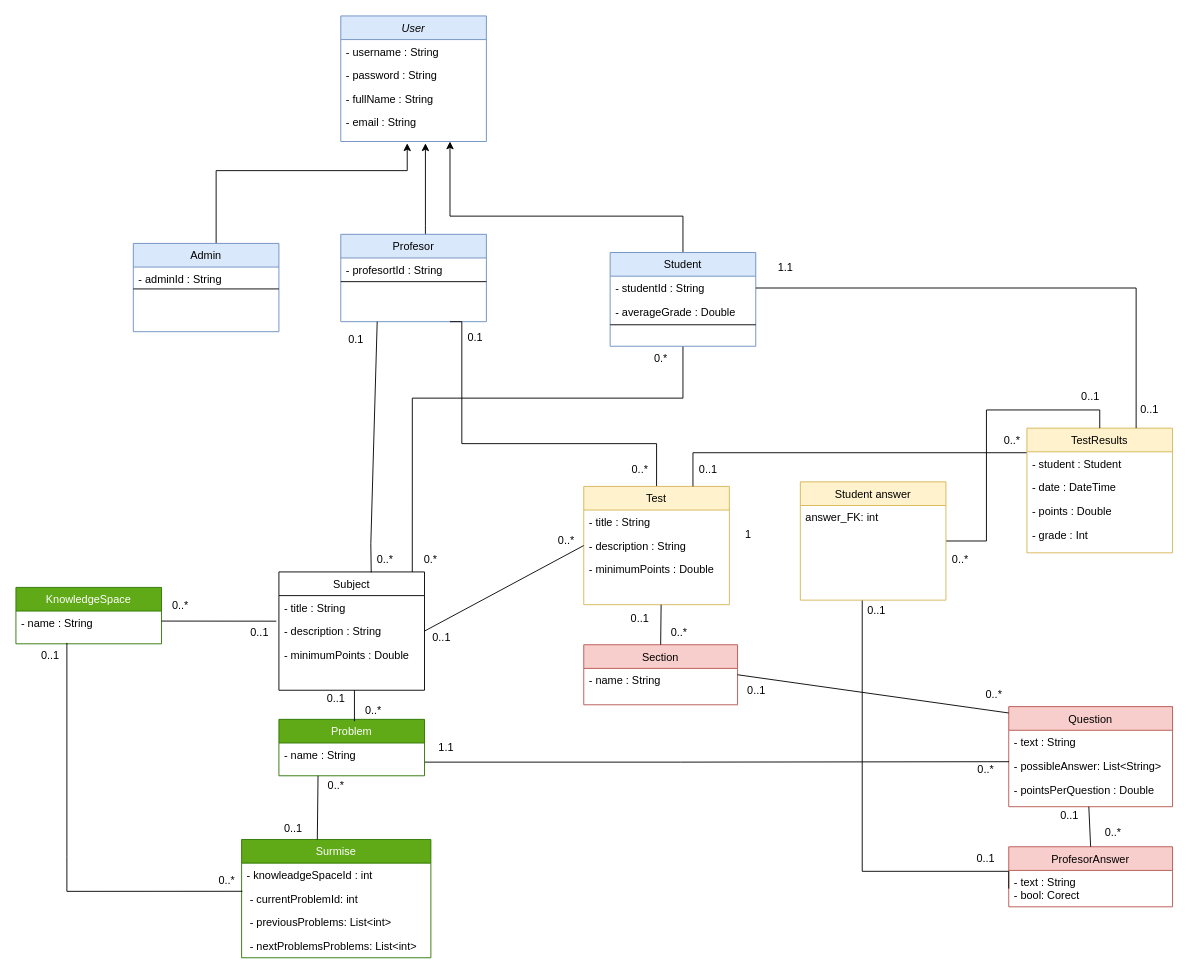
The draw.io diagram documentation/KST2022.drawio in Mladjenovic/SOTIS, before the edit. Source tidied: cells renumbered, new cells numbered last; positions are measured from the earlier drawing's top-left corner, leaving out a move shared by most shapes. Both pictures are drawn from the tidied source at 91%, with x=0, y=0 at pixel (15, 15).
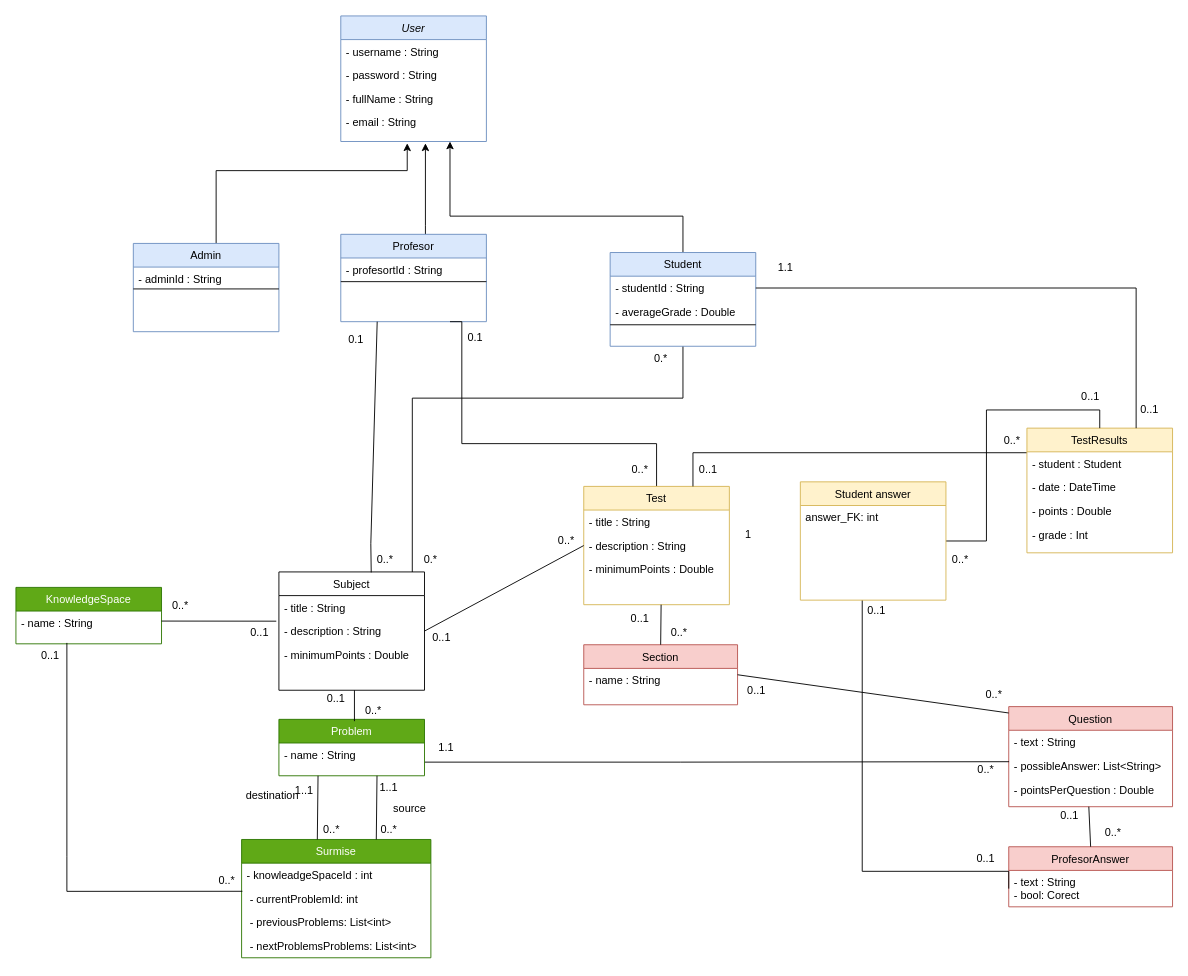
The same page after the edit.

The edit, as a diff of the source:
```diff
@@
-    <mxCell id="63" value="0..*" style="text;html=1;strokeColor=none;fillColor=none;align=center;verticalAlign=middle;whiteSpace=wrap;rounded=0;" parent="1" vertex="1">
-      <mxGeometry x="336" y="829" width="32" height="33" as="geometry" />
-    </mxCell>
-    <mxCell id="64" value="0..1" style="text;html=1;strokeColor=none;fillColor=none;align=center;verticalAlign=middle;whiteSpace=wrap;rounded=0;" parent="1" vertex="1">
-      <mxGeometry x="289" y="886" width="32" height="14" as="geometry" />
+    <mxCell id="64" value="1..1" style="text;html=1;strokeColor=none;fillColor=none;align=center;verticalAlign=middle;whiteSpace=wrap;rounded=0;" parent="1" vertex="1">
+      <mxGeometry x="301" y="829" width="32" height="43" as="geometry" />
     </mxCell>
@@
+    <mxCell id="101" value="0..*&lt;br&gt;" style="text;whiteSpace=wrap;html=1;" parent="1" vertex="1">
+      <mxGeometry x="336" y="880" width="193" height="36" as="geometry" />
+    </mxCell>
+    <mxCell id="102" style="endArrow=none;html=1;rounded=0;endSize=6;targetPerimeterSpacing=0;exitX=0.4;exitY=0;exitDx=0;exitDy=0;exitPerimeter=0;" parent="1" edge="1">
+      <mxGeometry relative="1" as="geometry">
+        <mxPoint x="396" y="905" as="sourcePoint" />
+        <mxPoint x="396.8" y="835" as="targetPoint" />
+      </mxGeometry>
+    </mxCell>
+    <mxCell id="103" value="1..1" style="text;html=1;strokeColor=none;fillColor=none;align=center;verticalAlign=middle;whiteSpace=wrap;rounded=0;" parent="1" vertex="1">
+      <mxGeometry x="394" y="826" width="32" height="43" as="geometry" />
+    </mxCell>
+    <mxCell id="104" value="0..*&lt;br&gt;" style="text;whiteSpace=wrap;html=1;" parent="1" vertex="1">
+      <mxGeometry x="399" y="880" width="193" height="36" as="geometry" />
+    </mxCell>
+    <mxCell id="105" value="source" style="text;html=1;strokeColor=none;fillColor=none;align=center;verticalAlign=middle;whiteSpace=wrap;rounded=0;" parent="1" vertex="1">
+      <mxGeometry x="402.5" y="856" width="60" height="30" as="geometry" />
+    </mxCell>
+    <mxCell id="106" value="destination" style="text;html=1;strokeColor=none;fillColor=none;align=center;verticalAlign=middle;whiteSpace=wrap;rounded=0;" parent="1" vertex="1">
+      <mxGeometry x="252" y="842" width="60" height="30" as="geometry" />
+    </mxCell>
```
